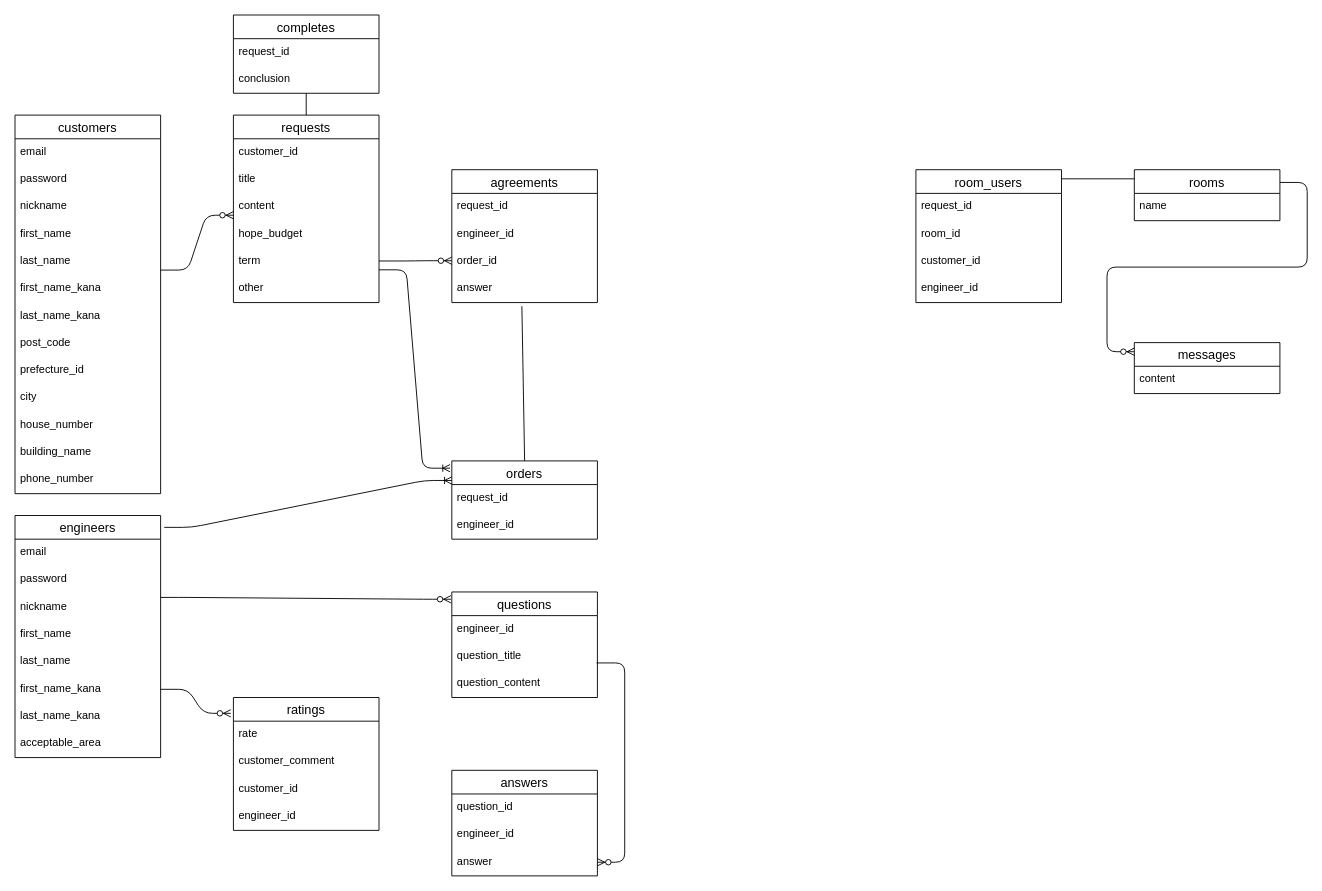
ikun2019/exece_bridge keeps this draw.io diagram as er.dio. Above is the earlier version. Source tidied: cells renumbered, new cells numbered last; positions are measured from the earlier drawing's top-left corner, leaving out a move shared by most shapes. Both pictures are drawn from the tidied source at 91%, with x=0, y=0 at pixel (15, 15).
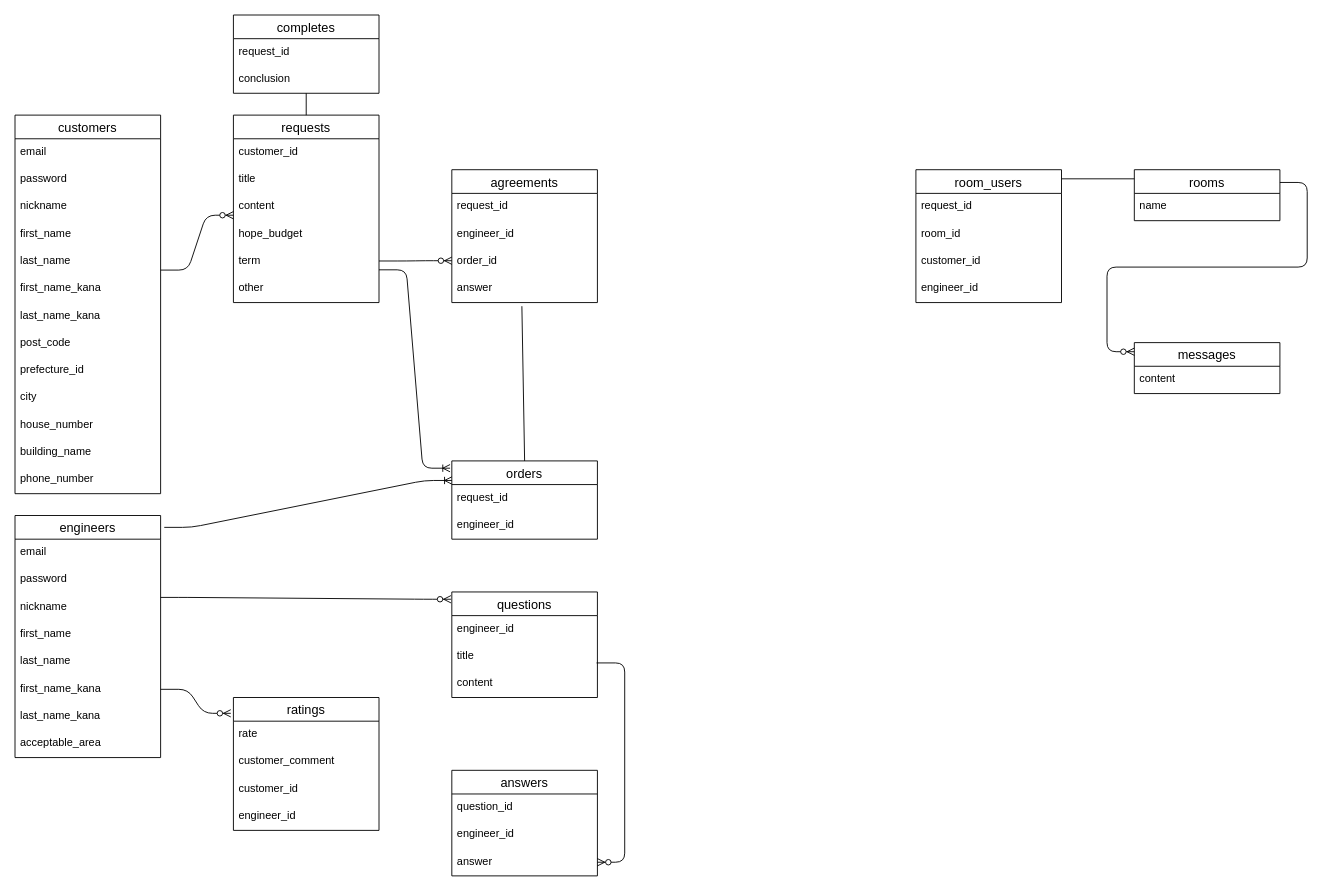
After the change.

The change refers to these unchanged cells:
```xml
<mxCell id="66" value="questions" style="swimlane;fontStyle=0;horizontal=1;startSize=26;align=center;fontSize=14;" parent="1" vertex="1">
  <mxGeometry x="480" y="634" width="160" height="116" as="geometry" />
</mxCell>
```

The edit, as a diff of the source:
```diff
@@
-    <mxCell id="68" value="question_title" style="text;strokeColor=none;fillColor=none;spacingLeft=4;spacingRight=4;overflow=hidden;points=[[0,0.5],[1,0.5]];portConstraint=eastwest;fontSize=12;" parent="66" vertex="1">
+    <mxCell id="68" value="title" style="text;strokeColor=none;fillColor=none;spacingLeft=4;spacingRight=4;overflow=hidden;points=[[0,0.5],[1,0.5]];portConstraint=eastwest;fontSize=12;" parent="66" vertex="1">
       <mxGeometry y="56" width="160" height="30" as="geometry" />
     </mxCell>
-    <mxCell id="69" value="question_content" style="text;strokeColor=none;fillColor=none;spacingLeft=4;spacingRight=4;overflow=hidden;fontSize=12;" parent="66" vertex="1">
+    <mxCell id="69" value="content" style="text;strokeColor=none;fillColor=none;spacingLeft=4;spacingRight=4;overflow=hidden;fontSize=12;" parent="66" vertex="1">
       <mxGeometry y="86" width="160" height="30" as="geometry" />
     </mxCell>
```
